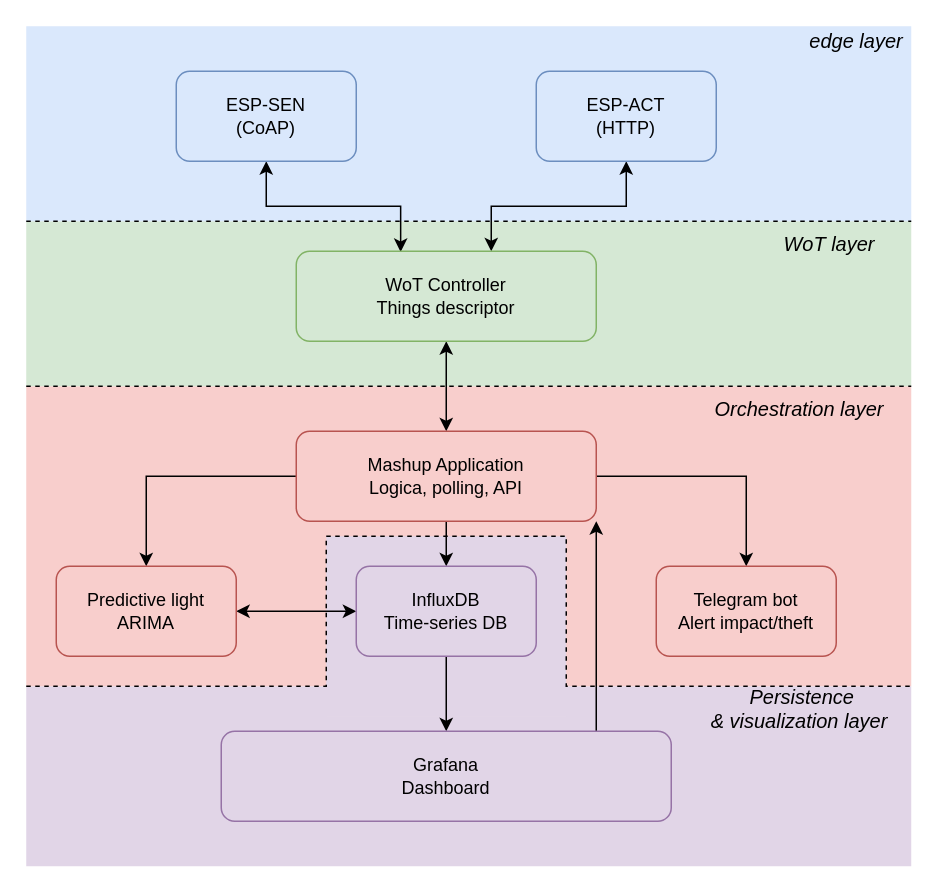
This is schematics/Architetture.drawio from gabb-OS/museum-guard, a draw.io file, before an edit. Source tidied: cells renumbered, new cells numbered last; positions are measured from the earlier drawing's top-left corner, leaving out a move shared by most shapes. Both pictures are drawn from the tidied source at 150%, with x=0, y=0 at pixel (26, 26).
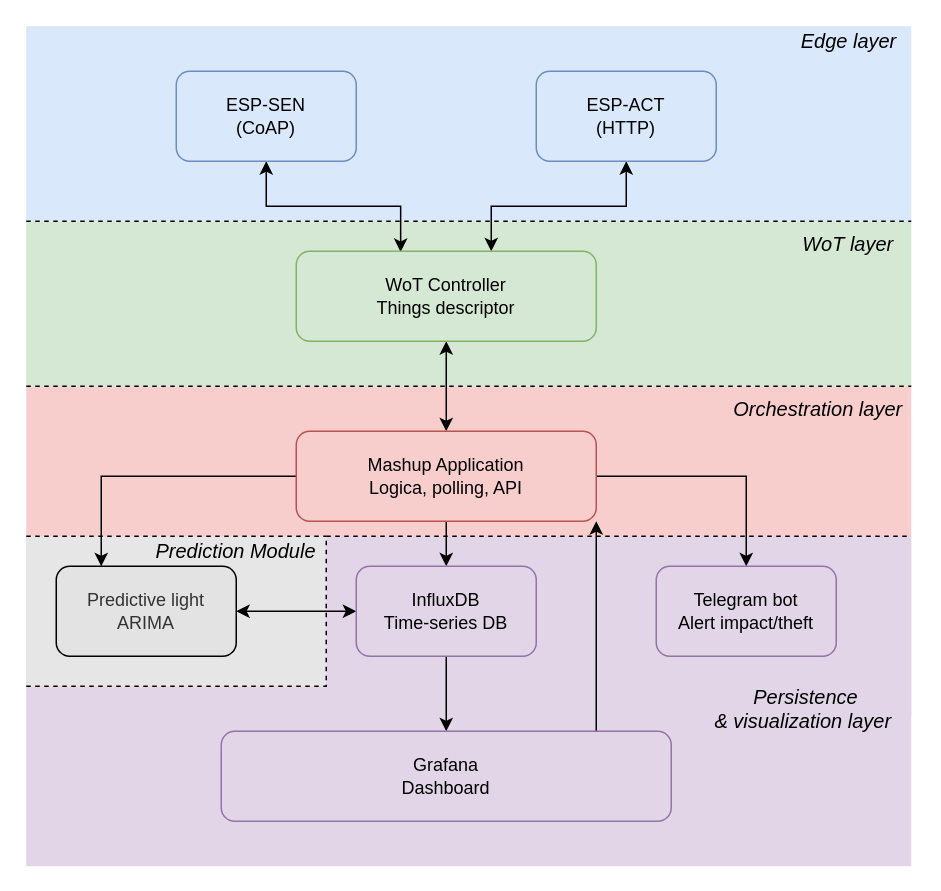
Above is the later version.

Commit message (it also covers changes not shown here):
realtime gps for bot telegram è trashold light + architetture

Unchanged cells that the change refers to:
```xml
<mxCell id="3" style="rounded=0;whiteSpace=wrap;html=1;fillColor=#f8cecc;strokeColor=none;" parent="1" vertex="1">
  <mxGeometry y="240" width="590" height="200" as="geometry" />
</mxCell>
<mxCell id="16" value="Mashup Application&lt;br&gt;Logica, polling, API" style="rounded=1;whiteSpace=wrap;html=1;fillColor=#f8cecc;strokeColor=#b85450;" parent="1" vertex="1">
  <mxGeometry x="180" y="270" width="200" height="60" as="geometry" />
</mxCell>
```

Change to the diagram source:
```diff
@@
     <mxCell id="12" style="rounded=0;whiteSpace=wrap;html=1;strokeColor=none;fillColor=#e1d5e7;" parent="1" vertex="1">
-      <mxGeometry x="200" y="340" width="160" height="120" as="geometry" />
+      <mxGeometry x="200" y="340" width="390" height="120" as="geometry" />
     </mxCell>
@@
+    <mxCell id="31" style="rounded=0;whiteSpace=wrap;html=1;strokeColor=none;fillColor=#E6E6E6;fontColor=#333333;" parent="1" vertex="1">
+      <mxGeometry y="340" width="200" height="100" as="geometry" />
+    </mxCell>
-    <mxCell id="15" style="edgeStyle=orthogonalEdgeStyle;rounded=0;jettySize=auto;html=1;" parent="1" edge="1" source="16" target="22">
+    <mxCell id="15" style="edgeStyle=orthogonalEdgeStyle;rounded=0;jettySize=auto;html=1;entryX=0.25;entryY=0;entryDx=0;entryDy=0;" parent="1" edge="1" source="16" target="22">
       <mxGeometry relative="1" as="geometry" />
     </mxCell>
@@
-    <mxCell id="22" value="Predictive light&lt;br&gt;ARIMA" style="whiteSpace=wrap;html=1;rounded=1;fillColor=#f8cecc;strokeColor=#b85450;" parent="1" vertex="1">
+    <mxCell id="22" value="Predictive light&lt;br&gt;ARIMA" style="whiteSpace=wrap;html=1;rounded=1;fillColor=#E3E3E3;strokeColor=default;fontColor=#333333;" parent="1" vertex="1">
       <mxGeometry x="20" y="360" width="120" height="60" as="geometry" />
     </mxCell>
-    <mxCell id="23" value="Telegram bot&lt;br&gt;Alert impact/theft" style="whiteSpace=wrap;html=1;rounded=1;fillColor=#f8cecc;strokeColor=#b85450;" parent="1" vertex="1">
+    <mxCell id="23" value="Telegram bot&lt;br&gt;Alert impact/theft" style="whiteSpace=wrap;html=1;rounded=1;fillColor=#e1d5e7;strokeColor=#9673a6;" parent="1" vertex="1">
       <mxGeometry x="420" y="360" width="120" height="60" as="geometry" />
     </mxCell>
@@
-    <mxCell id="25" value="&lt;span style=&quot;font-family: &amp;#34;nimbusromno9l&amp;#34; ; font-size: 10pt ; font-style: italic&quot;&gt;edge layer&amp;nbsp;&lt;br&gt;&lt;/span&gt;" style="text;html=1;align=center;verticalAlign=middle;strokeColor=none;fillColor=none;" parent="1" vertex="1">
-      <mxGeometry x="520" width="70" height="20" as="geometry" />
+    <mxCell id="25" value="&lt;span style=&quot;font-family: &amp;#34;nimbusromno9l&amp;#34; ; font-size: 10pt ; font-style: italic&quot;&gt;Edge layer&amp;nbsp;&lt;br&gt;&lt;/span&gt;" style="text;html=1;align=center;verticalAlign=middle;strokeColor=none;fillColor=none;" parent="1" vertex="1">
+      <mxGeometry x="510" width="80" height="20" as="geometry" />
     </mxCell>
     <mxCell id="26" value="&lt;span style=&quot;font-family: &amp;#34;nimbusromno9l&amp;#34; ; font-size: 10pt ; font-style: italic&quot;&gt;WoT layer&amp;nbsp;&lt;br&gt;&lt;/span&gt;" style="text;html=1;strokeColor=none;fillColor=none;align=center;verticalAlign=middle;whiteSpace=wrap;rounded=0;" parent="1" vertex="1">
-      <mxGeometry x="485" y="130" width="105" height="30" as="geometry" />
+      <mxGeometry x="510" y="130" width="80" height="30" as="geometry" />
     </mxCell>
@@
-    <mxCell id="28" style="endArrow=none;dashed=1;html=1;rounded=0;entryX=1;entryY=1;entryDx=0;entryDy=0;" parent="1" edge="1">
+    <mxCell id="28" style="endArrow=none;dashed=1;html=1;rounded=0;entryX=1;entryY=0.5;entryDx=0;entryDy=0;" parent="1" edge="1" target="3">
       <mxGeometry relative="1" as="geometry">
         <mxPoint y="440" as="sourcePoint" />
-        <mxPoint x="590" y="440" as="targetPoint" />
         <Array as="points">
           <mxPoint x="200" y="440" />
           <mxPoint x="200" y="340" />
           <mxPoint x="360" y="340" />
-          <mxPoint x="360" y="440" />
         </Array>
       </mxGeometry>
     </mxCell>
     <mxCell id="29" value="&lt;span style=&quot;font-family: &amp;#34;nimbusromno9l&amp;#34; ; font-size: 10pt ; font-style: italic&quot;&gt;Orchestration layer&amp;nbsp;&lt;br&gt;&lt;/span&gt;" style="text;html=1;strokeColor=none;fillColor=none;align=center;verticalAlign=middle;whiteSpace=wrap;rounded=0;" parent="1" vertex="1">
-      <mxGeometry x="445" y="240" width="145" height="30" as="geometry" />
+      <mxGeometry x="470" y="240" width="120" height="30" as="geometry" />
     </mxCell>
     <mxCell id="30" value="&lt;span style=&quot;font-family: &amp;#34;nimbusromno9l&amp;#34; ; font-size: 10pt ; font-style: italic&quot;&gt;Persistence &amp;amp;&amp;nbsp;&lt;/span&gt;&lt;span style=&quot;font-family: &amp;#34;nimbusromno9l&amp;#34; ; font-size: 10pt ; font-style: italic&quot;&gt;visualization layer&amp;nbsp;&lt;/span&gt;&lt;span style=&quot;font-family: &amp;#34;nimbusromno9l&amp;#34; ; font-size: 10pt ; font-style: italic&quot;&gt;&lt;br&gt;&lt;/span&gt;" style="text;html=1;strokeColor=none;fillColor=none;align=center;verticalAlign=middle;whiteSpace=wrap;rounded=0;" parent="1" vertex="1">
-      <mxGeometry x="445" y="440" width="145" height="30" as="geometry" />
+      <mxGeometry x="450" y="440" width="140" height="30" as="geometry" />
     </mxCell>
+    <mxCell id="32" style="endArrow=none;dashed=1;html=1;rounded=0;entryX=1;entryY=0;entryDx=0;entryDy=0;exitX=0;exitY=0;exitDx=0;exitDy=0;" parent="1" edge="1" source="31" target="31">
+      <mxGeometry relative="1" as="geometry" />
+    </mxCell>
+    <mxCell id="33" value="&lt;span style=&quot;font-family: &amp;#34;nimbusromno9l&amp;#34; ; font-size: 10pt ; font-style: italic&quot;&gt;Prediction Module&lt;br&gt;&lt;/span&gt;" style="text;html=1;strokeColor=none;fillColor=none;align=center;verticalAlign=middle;whiteSpace=wrap;rounded=0;" parent="1" vertex="1">
+      <mxGeometry x="80" y="340" width="120" height="20" as="geometry" />
+    </mxCell>
```
